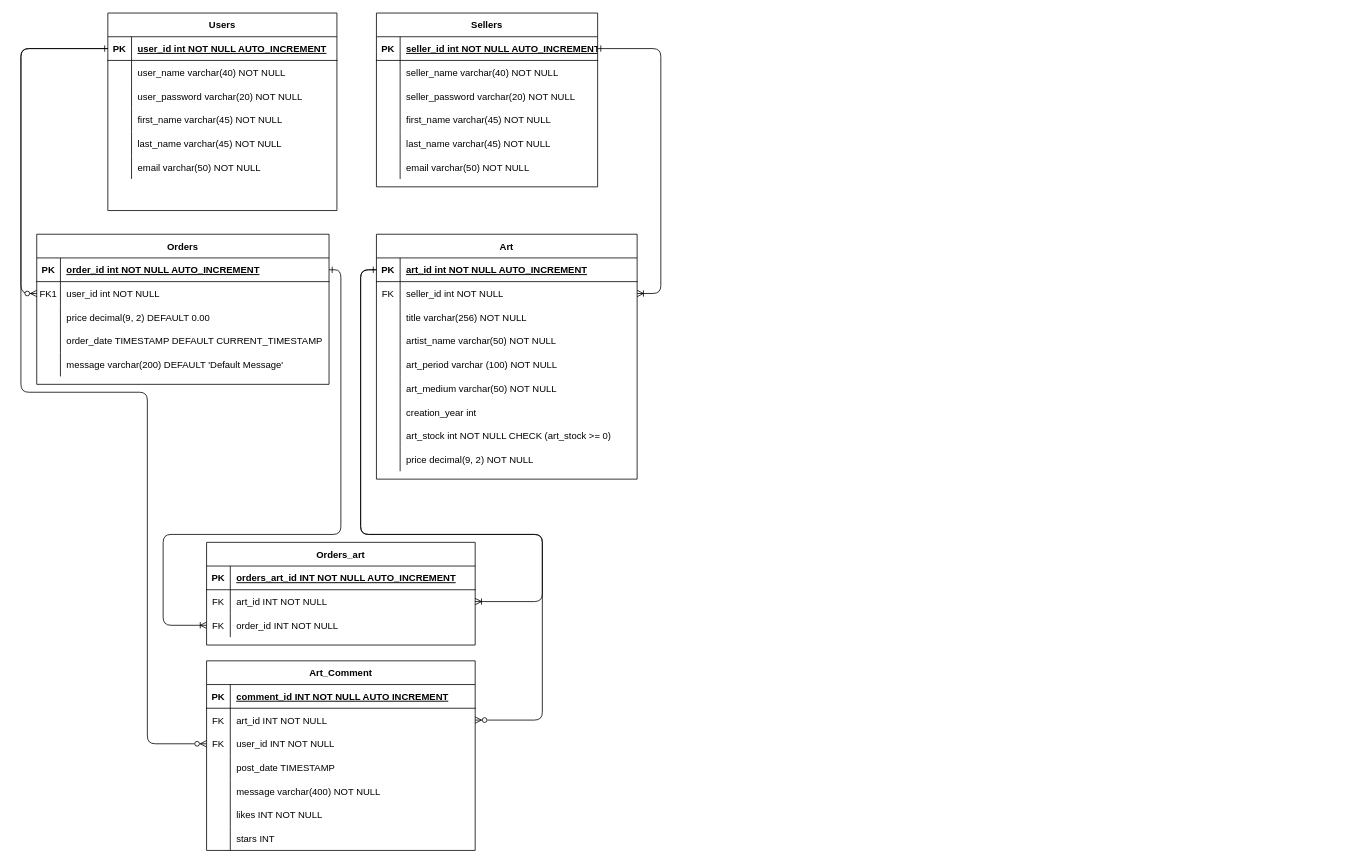
Earlier version of the draw.io diagram Additional Files/ERD Diagram/Final Project ERD.drawio (DaltonCash/PT-Final-Project). Source tidied: cells renumbered, new cells numbered last; positions are measured from the earlier drawing's top-left corner, leaving out a move shared by most shapes. Both pictures are drawn from the tidied source at 79%, with x=0, y=0 at pixel (21, 13).
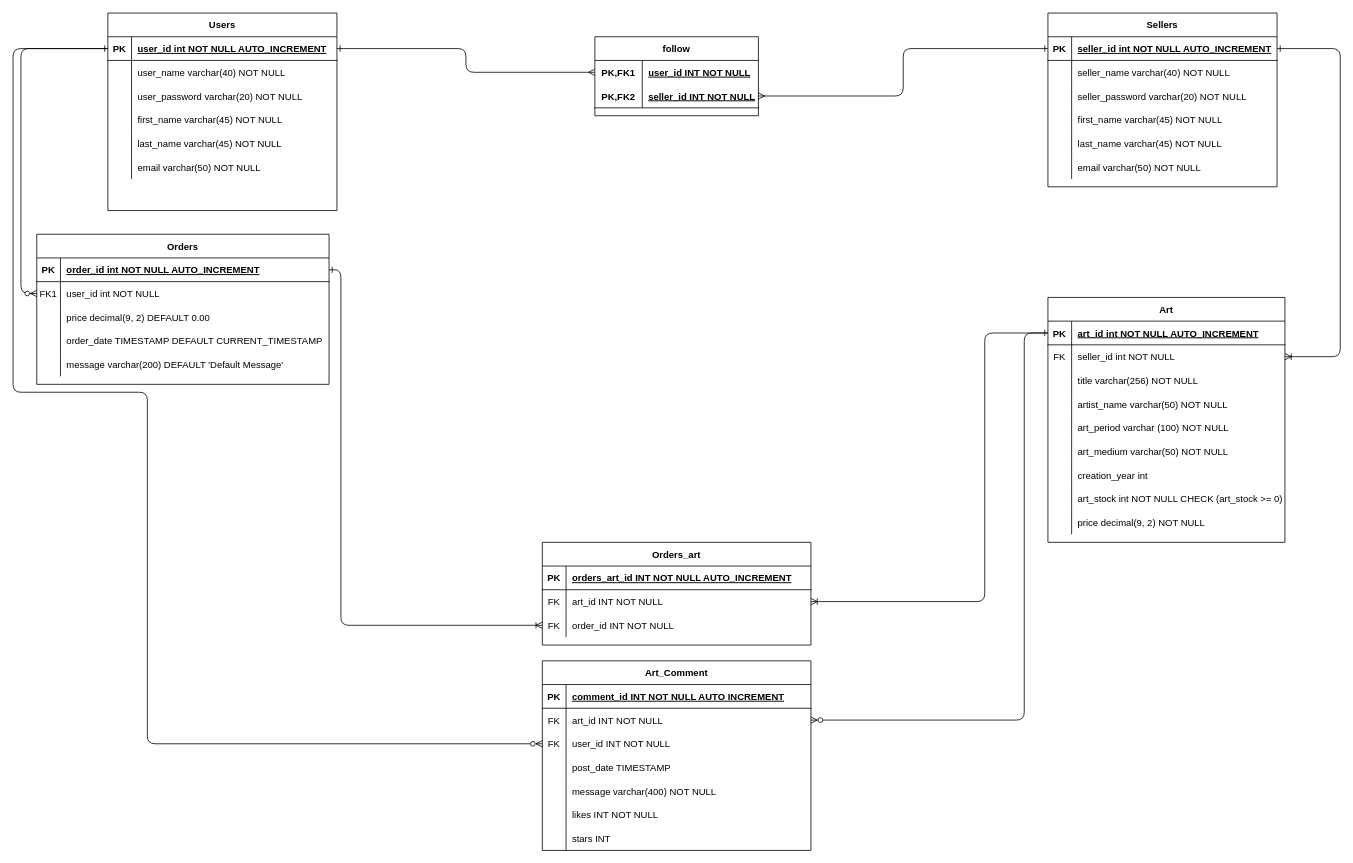
The same page after the edit.

Unchanged cells that the change refers to:
```xml
<mxCell id="3" style="shape=partialRectangle;fillColor=none;points=[[0,0.5],[1,0.5]];portConstraint=eastwest;top=0;left=0;right=0;bottom=1;" parent="2" vertex="1">
  <mxGeometry y="30" width="370" height="30" as="geometry" />
</mxCell>
<mxCell id="47" style="shape=partialRectangle;fillColor=none;points=[[0,0.5],[1,0.5]];portConstraint=eastwest;top=0;left=0;right=0;bottom=1;" parent="46" vertex="1">
  <mxGeometry y="30" width="290" height="30" as="geometry" />
</mxCell>
<mxCell id="69" style="shape=tableRow;horizontal=0;startSize=0;swimlaneHead=0;swimlaneBody=0;fillColor=none;points=[[0,0.5],[1,0.5]];portConstraint=eastwest;top=0;left=0;right=0;bottom=0;" parent="65" vertex="1">
  <mxGeometry y="60" width="340" height="30" as="geometry" />
</mxCell>
<mxCell id="72" style="shape=tableRow;horizontal=0;startSize=0;swimlaneHead=0;swimlaneBody=0;fillColor=none;points=[[0,0.5],[1,0.5]];portConstraint=eastwest;top=0;left=0;right=0;bottom=0;" parent="65" vertex="1">
  <mxGeometry y="90" width="340" height="30" as="geometry" />
</mxCell>
<mxCell id="102" style="shape=tableRow;horizontal=0;startSize=0;swimlaneHead=0;swimlaneBody=0;fillColor=none;points=[[0,0.5],[1,0.5]];portConstraint=eastwest;top=0;left=0;right=0;bottom=0;" parent="98" vertex="1">
  <mxGeometry y="60" width="340" height="30" as="geometry" />
</mxCell>
<mxCell id="105" style="shape=tableRow;horizontal=0;startSize=0;swimlaneHead=0;swimlaneBody=0;fillColor=none;points=[[0,0.5],[1,0.5]];portConstraint=eastwest;top=0;left=0;right=0;bottom=0;" parent="98" vertex="1">
  <mxGeometry y="90" width="340" height="30" as="geometry" />
</mxCell>
```

Change to the diagram source:
```diff
@@
     <mxCell id="18" value="Art" style="shape=table;startSize=30;childLayout=tableLayout;rowLines=0;fontStyle=1;align=center;" parent="1" vertex="1">
-      <mxGeometry x="450" y="280" width="330" height="310" as="geometry" />
+      <mxGeometry x="1300" y="360" width="300" height="310" as="geometry" />
     </mxCell>
     <mxCell id="19" style="shape=partialRectangle;fillColor=none;points=[[0,0.5],[1,0.5]];portConstraint=eastwest;top=0;left=0;right=0;bottom=1;" parent="18" vertex="1">
-      <mxGeometry y="30" width="330" height="30" as="geometry" />
+      <mxGeometry y="30" width="300" height="30" as="geometry" />
     </mxCell>
@@
     <mxCell id="21" value="art_id int NOT NULL AUTO_INCREMENT " style="shape=partialRectangle;overflow=hidden;fillColor=none;top=0;left=0;bottom=0;right=0;align=left;spacingLeft=6;fontStyle=5;" parent="19" vertex="1">
-      <mxGeometry x="30" width="300" height="30" as="geometry" />
+      <mxGeometry x="30" width="270" height="30" as="geometry" />
     </mxCell>
     <mxCell id="22" style="shape=tableRow;horizontal=0;startSize=0;swimlaneHead=0;swimlaneBody=0;fillColor=none;points=[[0,0.5],[1,0.5]];portConstraint=eastwest;top=0;left=0;right=0;bottom=0;" parent="18" vertex="1">
-      <mxGeometry y="60" width="330" height="30" as="geometry" />
+      <mxGeometry y="60" width="300" height="30" as="geometry" />
     </mxCell>
@@
     <mxCell id="24" value="seller_id int NOT NULL" style="shape=partialRectangle;fillColor=none;top=0;left=0;bottom=0;right=0;align=left;spacingLeft=6;fontStyle=0;overflow=hidden;" parent="22" vertex="1">
-      <mxGeometry x="30" width="300" height="30" as="geometry" />
+      <mxGeometry x="30" width="270" height="30" as="geometry" />
     </mxCell>
     <mxCell id="25" style="shape=partialRectangle;fillColor=none;top=0;left=0;right=0;bottom=0;" parent="18" vertex="1">
-      <mxGeometry y="90" width="330" height="30" as="geometry" />
+      <mxGeometry y="90" width="300" height="30" as="geometry" />
     </mxCell>
@@
     <mxCell id="27" value="title varchar(256) NOT NULL" style="shape=partialRectangle;overflow=hidden;fillColor=none;top=0;left=0;bottom=0;right=0;align=left;spacingLeft=6;" parent="25" vertex="1">
-      <mxGeometry x="30" width="300" height="30" as="geometry" />
+      <mxGeometry x="30" width="270" height="30" as="geometry" />
     </mxCell>
     <mxCell id="28" style="shape=tableRow;horizontal=0;startSize=0;swimlaneHead=0;swimlaneBody=0;fillColor=none;top=0;left=0;right=0;bottom=0;" parent="18" vertex="1">
-      <mxGeometry y="120" width="330" height="30" as="geometry" />
+      <mxGeometry y="120" width="300" height="30" as="geometry" />
     </mxCell>
@@
     <mxCell id="30" value="artist_name varchar(50) NOT NULL" style="shape=partialRectangle;fillColor=none;top=0;left=0;bottom=0;right=0;align=left;spacingLeft=6;overflow=hidden;" parent="28" vertex="1">
-      <mxGeometry x="30" width="300" height="30" as="geometry" />
+      <mxGeometry x="30" width="270" height="30" as="geometry" />
     </mxCell>
     <mxCell id="31" style="shape=tableRow;horizontal=0;startSize=0;swimlaneHead=0;swimlaneBody=0;fillColor=none;top=0;left=0;right=0;bottom=0;" parent="18" vertex="1">
-      <mxGeometry y="150" width="330" height="30" as="geometry" />
+      <mxGeometry y="150" width="300" height="30" as="geometry" />
     </mxCell>
@@
     <mxCell id="33" value="art_period varchar (100) NOT NULL" style="shape=partialRectangle;fillColor=none;top=0;left=0;bottom=0;right=0;align=left;spacingLeft=6;overflow=hidden;" parent="31" vertex="1">
-      <mxGeometry x="30" width="300" height="30" as="geometry" />
+      <mxGeometry x="30" width="270" height="30" as="geometry" />
     </mxCell>
     <mxCell id="34" style="shape=tableRow;horizontal=0;startSize=0;swimlaneHead=0;swimlaneBody=0;fillColor=none;top=0;left=0;right=0;bottom=0;" parent="18" vertex="1">
-      <mxGeometry y="180" width="330" height="30" as="geometry" />
+      <mxGeometry y="180" width="300" height="30" as="geometry" />
     </mxCell>
@@
     <mxCell id="36" value="art_medium varchar(50) NOT NULL" style="shape=partialRectangle;fillColor=none;top=0;left=0;bottom=0;right=0;align=left;spacingLeft=6;overflow=hidden;" parent="34" vertex="1">
-      <mxGeometry x="30" width="300" height="30" as="geometry" />
+      <mxGeometry x="30" width="270" height="30" as="geometry" />
     </mxCell>
     <mxCell id="37" style="shape=tableRow;horizontal=0;startSize=0;swimlaneHead=0;swimlaneBody=0;fillColor=none;top=0;left=0;right=0;bottom=0;" parent="18" vertex="1">
-      <mxGeometry y="210" width="330" height="30" as="geometry" />
+      <mxGeometry y="210" width="300" height="30" as="geometry" />
     </mxCell>
@@
     <mxCell id="39" value="creation_year int" style="shape=partialRectangle;fillColor=none;top=0;left=0;bottom=0;right=0;align=left;spacingLeft=6;overflow=hidden;" parent="37" vertex="1">
-      <mxGeometry x="30" width="300" height="30" as="geometry" />
+      <mxGeometry x="30" width="270" height="30" as="geometry" />
     </mxCell>
     <mxCell id="40" style="shape=tableRow;horizontal=0;startSize=0;swimlaneHead=0;swimlaneBody=0;fillColor=none;top=0;left=0;right=0;bottom=0;" parent="18" vertex="1">
-      <mxGeometry y="240" width="330" height="30" as="geometry" />
+      <mxGeometry y="240" width="300" height="30" as="geometry" />
     </mxCell>
@@
     <mxCell id="42" value="art_stock int NOT NULL CHECK (art_stock &gt;= 0)" style="shape=partialRectangle;fillColor=none;top=0;left=0;bottom=0;right=0;align=left;spacingLeft=6;overflow=hidden;" parent="40" vertex="1">
-      <mxGeometry x="30" width="300" height="30" as="geometry" />
+      <mxGeometry x="30" width="270" height="30" as="geometry" />
     </mxCell>
     <mxCell id="43" style="shape=tableRow;horizontal=0;startSize=0;swimlaneHead=0;swimlaneBody=0;fillColor=none;top=0;left=0;right=0;bottom=0;" parent="18" vertex="1">
-      <mxGeometry y="270" width="330" height="30" as="geometry" />
+      <mxGeometry y="270" width="300" height="30" as="geometry" />
     </mxCell>
@@
     <mxCell id="45" value="price decimal(9, 2) NOT NULL" style="shape=partialRectangle;fillColor=none;top=0;left=0;bottom=0;right=0;align=left;spacingLeft=6;overflow=hidden;" parent="43" vertex="1">
-      <mxGeometry x="30" width="300" height="30" as="geometry" />
+      <mxGeometry x="30" width="270" height="30" as="geometry" />
     </mxCell>
@@
     <mxCell id="65" value="Orders_art" style="shape=table;startSize=30;childLayout=tableLayout;rowLines=0;fontStyle=1;align=center;" parent="1" vertex="1">
-      <mxGeometry x="235" y="670" width="340" height="130" as="geometry" />
+      <mxGeometry x="660" y="670" width="340" height="130" as="geometry" />
     </mxCell>
@@
     <mxCell id="75" style="edgeStyle=orthogonalEdgeStyle;fontSize=12;html=1;endArrow=ERoneToMany;rounded=1;exitX=1;exitY=0.5;exitDx=0;exitDy=0;entryX=0;entryY=0.5;entryDx=0;entryDy=0;startArrow=ERone;startFill=0;" parent="1" edge="1" source="3" target="72">
       <mxGeometry relative="1" as="geometry">
         <Array as="points">
           <mxPoint x="405" y="325" />
-          <mxPoint x="405" y="660" />
-          <mxPoint x="180" y="660" />
-          <mxPoint x="180" y="775" />
+          <mxPoint x="405" y="775" />
         </Array>
       </mxGeometry>
     </mxCell>
     <mxCell id="76" style="edgeStyle=orthogonalEdgeStyle;fontSize=12;html=1;endArrow=ERoneToMany;rounded=1;exitX=0;exitY=0.5;exitDx=0;exitDy=0;startArrow=ERone;startFill=0;entryX=1;entryY=0.5;entryDx=0;entryDy=0;" parent="1" edge="1" source="19" target="69">
       <mxGeometry relative="1" as="geometry">
         <Array as="points">
-          <mxPoint x="430" y="325" />
-          <mxPoint x="430" y="660" />
-          <mxPoint x="660" y="660" />
-          <mxPoint x="660" y="745" />
+          <mxPoint x="1220" y="405" />
+          <mxPoint x="1220" y="745" />
         </Array>
       </mxGeometry>
     </mxCell>
@@
     <mxCell id="78" value="Sellers" style="shape=table;startSize=30;childLayout=tableLayout;rowLines=0;fontStyle=1;align=center;" parent="1" vertex="1">
-      <mxGeometry x="450" width="280" height="220" as="geometry" />
+      <mxGeometry x="1300" width="290" height="220" as="geometry" />
     </mxCell>
     <mxCell id="79" style="shape=partialRectangle;fillColor=none;points=[[0,0.5],[1,0.5]];portConstraint=eastwest;top=0;left=0;right=0;bottom=1;" parent="78" vertex="1">
-      <mxGeometry y="30" width="280" height="30" as="geometry" />
+      <mxGeometry y="30" width="290" height="30" as="geometry" />
     </mxCell>
@@
     <mxCell id="81" value="seller_id int NOT NULL AUTO_INCREMENT" style="shape=partialRectangle;overflow=hidden;fillColor=none;top=0;left=0;bottom=0;right=0;align=left;spacingLeft=6;fontStyle=5;" parent="79" vertex="1">
-      <mxGeometry x="30" width="250" height="30" as="geometry" />
+      <mxGeometry x="30" width="260" height="30" as="geometry" />
     </mxCell>
     <mxCell id="82" style="shape=partialRectangle;fillColor=none;top=0;left=0;right=0;bottom=0;" parent="78" vertex="1">
-      <mxGeometry y="60" width="280" height="30" as="geometry" />
+      <mxGeometry y="60" width="290" height="30" as="geometry" />
     </mxCell>
@@
     <mxCell id="84" value="seller_name varchar(40) NOT NULL" style="shape=partialRectangle;overflow=hidden;fillColor=none;top=0;left=0;bottom=0;right=0;align=left;spacingLeft=6;" parent="82" vertex="1">
-      <mxGeometry x="30" width="250" height="30" as="geometry" />
+      <mxGeometry x="30" width="260" height="30" as="geometry" />
     </mxCell>
     <mxCell id="85" style="shape=tableRow;horizontal=0;startSize=0;swimlaneHead=0;swimlaneBody=0;fillColor=none;top=0;left=0;right=0;bottom=0;" parent="78" vertex="1">
-      <mxGeometry y="90" width="280" height="30" as="geometry" />
+      <mxGeometry y="90" width="290" height="30" as="geometry" />
     </mxCell>
@@
     <mxCell id="87" value="seller_password varchar(20) NOT NULL" style="shape=partialRectangle;fillColor=none;top=0;left=0;bottom=0;right=0;align=left;spacingLeft=6;overflow=hidden;" parent="85" vertex="1">
-      <mxGeometry x="30" width="250" height="30" as="geometry" />
+      <mxGeometry x="30" width="260" height="30" as="geometry" />
     </mxCell>
     <mxCell id="88" style="shape=tableRow;horizontal=0;startSize=0;swimlaneHead=0;swimlaneBody=0;fillColor=none;top=0;left=0;right=0;bottom=0;" parent="78" vertex="1">
-      <mxGeometry y="120" width="280" height="30" as="geometry" />
+      <mxGeometry y="120" width="290" height="30" as="geometry" />
     </mxCell>
@@
     <mxCell id="90" value="first_name varchar(45) NOT NULL" style="shape=partialRectangle;fillColor=none;top=0;left=0;bottom=0;right=0;align=left;spacingLeft=6;overflow=hidden;" parent="88" vertex="1">
-      <mxGeometry x="30" width="250" height="30" as="geometry" />
+      <mxGeometry x="30" width="260" height="30" as="geometry" />
     </mxCell>
     <mxCell id="91" style="shape=tableRow;horizontal=0;startSize=0;swimlaneHead=0;swimlaneBody=0;fillColor=none;top=0;left=0;right=0;bottom=0;" parent="78" vertex="1">
-      <mxGeometry y="150" width="280" height="30" as="geometry" />
+      <mxGeometry y="150" width="290" height="30" as="geometry" />
     </mxCell>
@@
     <mxCell id="93" value="last_name varchar(45) NOT NULL" style="shape=partialRectangle;fillColor=none;top=0;left=0;bottom=0;right=0;align=left;spacingLeft=6;overflow=hidden;" parent="91" vertex="1">
-      <mxGeometry x="30" width="250" height="30" as="geometry" />
+      <mxGeometry x="30" width="260" height="30" as="geometry" />
     </mxCell>
     <mxCell id="94" style="shape=tableRow;horizontal=0;startSize=0;swimlaneHead=0;swimlaneBody=0;fillColor=none;top=0;left=0;right=0;bottom=0;" parent="78" vertex="1">
-      <mxGeometry y="180" width="280" height="30" as="geometry" />
+      <mxGeometry y="180" width="290" height="30" as="geometry" />
     </mxCell>
@@
     <mxCell id="96" value="email varchar(50) NOT NULL" style="shape=partialRectangle;fillColor=none;top=0;left=0;bottom=0;right=0;align=left;spacingLeft=6;overflow=hidden;" parent="94" vertex="1">
-      <mxGeometry x="30" width="250" height="30" as="geometry" />
+      <mxGeometry x="30" width="260" height="30" as="geometry" />
     </mxCell>
     <mxCell id="97" style="edgeStyle=orthogonalEdgeStyle;fontSize=12;html=1;endArrow=ERoneToMany;rounded=1;exitX=1;exitY=0.5;exitDx=0;exitDy=0;startArrow=ERone;startFill=0;entryX=1;entryY=0.5;entryDx=0;entryDy=0;" parent="1" edge="1" source="79" target="22">
       <mxGeometry relative="1" as="geometry">
         <Array as="points">
-          <mxPoint x="810" y="45" />
-          <mxPoint x="810" y="355" />
+          <mxPoint x="1670" y="45" />
+          <mxPoint x="1670" y="435" />
         </Array>
       </mxGeometry>
     </mxCell>
     <mxCell id="98" value="Art_Comment" style="shape=table;startSize=30;childLayout=tableLayout;rowLines=0;fontStyle=1;align=center;" parent="1" vertex="1">
-      <mxGeometry x="235" y="820" width="340" height="240" as="geometry" />
+      <mxGeometry x="660" y="820" width="340" height="240" as="geometry" />
     </mxCell>
@@
     <mxCell id="120" style="edgeStyle=orthogonalEdgeStyle;rounded=1;jettySize=auto;html=1;endArrow=ERzeroToMany;endFill=0;entryX=1;entryY=0.5;entryDx=0;entryDy=0;" parent="1" edge="1" source="19" target="102">
       <mxGeometry relative="1" as="geometry">
         <Array as="points">
-          <mxPoint x="430" y="325" />
-          <mxPoint x="430" y="660" />
-          <mxPoint x="660" y="660" />
-          <mxPoint x="660" y="895" />
+          <mxPoint x="1270" y="405" />
+          <mxPoint x="1270" y="895" />
         </Array>
       </mxGeometry>
     </mxCell>
     <mxCell id="121" style="edgeStyle=orthogonalEdgeStyle;rounded=1;jettySize=auto;html=1;exitX=0;exitY=0.5;exitDx=0;exitDy=0;endArrow=ERzeroToMany;endFill=0;entryX=0;entryY=0.5;entryDx=0;entryDy=0;" parent="1" edge="1" source="47" target="105">
       <mxGeometry relative="1" as="geometry">
         <Array as="points">
-          <mxPoint y="45" />
-          <mxPoint y="480" />
+          <mxPoint x="-10" y="45" />
+          <mxPoint x="-10" y="480" />
           <mxPoint x="160" y="480" />
           <mxPoint x="160" y="925" />
         </Array>
       </mxGeometry>
     </mxCell>
+    <mxCell id="122" value="follow" style="shape=table;startSize=30;childLayout=tableLayout;rowLines=0;fontStyle=1;align=center;" parent="1" vertex="1">
+      <mxGeometry x="726.5" y="30" width="207" height="100" as="geometry" />
+    </mxCell>
+    <mxCell id="123" style="shape=tableRow;horizontal=0;startSize=0;swimlaneHead=0;swimlaneBody=0;fillColor=none;points=[[0,0.5],[1,0.5]];portConstraint=eastwest;top=0;left=0;right=0;bottom=0;" parent="122" vertex="1">
+      <mxGeometry y="30" width="207" height="30" as="geometry" />
+    </mxCell>
+    <mxCell id="124" value="PK,FK1" style="shape=partialRectangle;fillColor=none;top=0;left=0;bottom=0;right=0;fontStyle=1;overflow=hidden;" parent="123" vertex="1">
+      <mxGeometry width="60" height="30" as="geometry" />
+    </mxCell>
+    <mxCell id="125" value="user_id INT NOT NULL" style="shape=partialRectangle;fillColor=none;top=0;left=0;bottom=0;right=0;align=left;spacingLeft=6;fontStyle=5;overflow=hidden;" parent="123" vertex="1">
+      <mxGeometry x="60" width="147" height="30" as="geometry" />
+    </mxCell>
+    <mxCell id="126" style="shape=tableRow;horizontal=0;startSize=0;swimlaneHead=0;swimlaneBody=0;fillColor=none;points=[[0,0.5],[1,0.5]];portConstraint=eastwest;top=0;left=0;right=0;bottom=1;" parent="122" vertex="1">
+      <mxGeometry y="60" width="207" height="30" as="geometry" />
+    </mxCell>
+    <mxCell id="127" value="PK,FK2" style="shape=partialRectangle;fillColor=none;top=0;left=0;bottom=0;right=0;fontStyle=1;overflow=hidden;" parent="126" vertex="1">
+      <mxGeometry width="60" height="30" as="geometry" />
+    </mxCell>
+    <mxCell id="128" value="seller_id INT NOT NULL" style="shape=partialRectangle;fillColor=none;top=0;left=0;bottom=0;right=0;align=left;spacingLeft=6;fontStyle=5;overflow=hidden;" parent="126" vertex="1">
+      <mxGeometry x="60" width="147" height="30" as="geometry" />
+    </mxCell>
+    <mxCell id="129" style="edgeStyle=orthogonalEdgeStyle;rounded=1;jettySize=auto;html=1;entryX=1;entryY=0.5;entryDx=0;entryDy=0;endArrow=ERone;endFill=0;startArrow=ERmany;startFill=0;" parent="1" edge="1" source="123" target="47">
+      <mxGeometry relative="1" as="geometry" />
+    </mxCell>
+    <mxCell id="130" style="edgeStyle=orthogonalEdgeStyle;jettySize=auto;html=1;entryX=0;entryY=0.5;entryDx=0;entryDy=0;rounded=1;endArrow=ERone;endFill=0;startArrow=ERmany;startFill=0;" parent="1" edge="1" source="126" target="79">
+      <mxGeometry relative="1" as="geometry" />
+    </mxCell>
```
